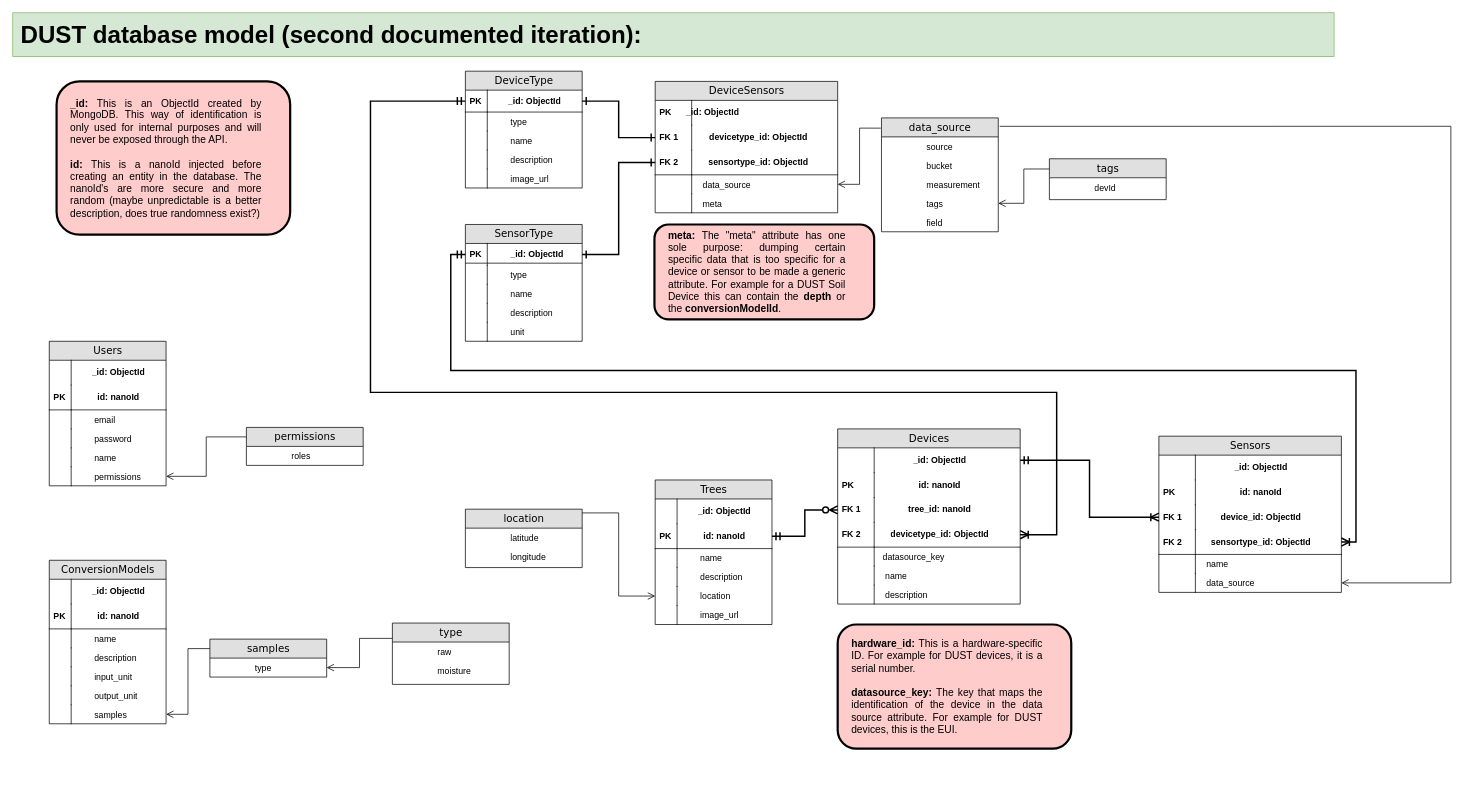
Before: backend/img/backend-datamodel.drawio in vives-dust/framework, a draw.io diagram. Source tidied: cells renumbered, new cells numbered last; positions are measured from the earlier drawing's top-left corner, leaving out a move shared by most shapes. Both pictures are drawn from the tidied source at 73%, with x=0, y=0 at pixel (12, 12).
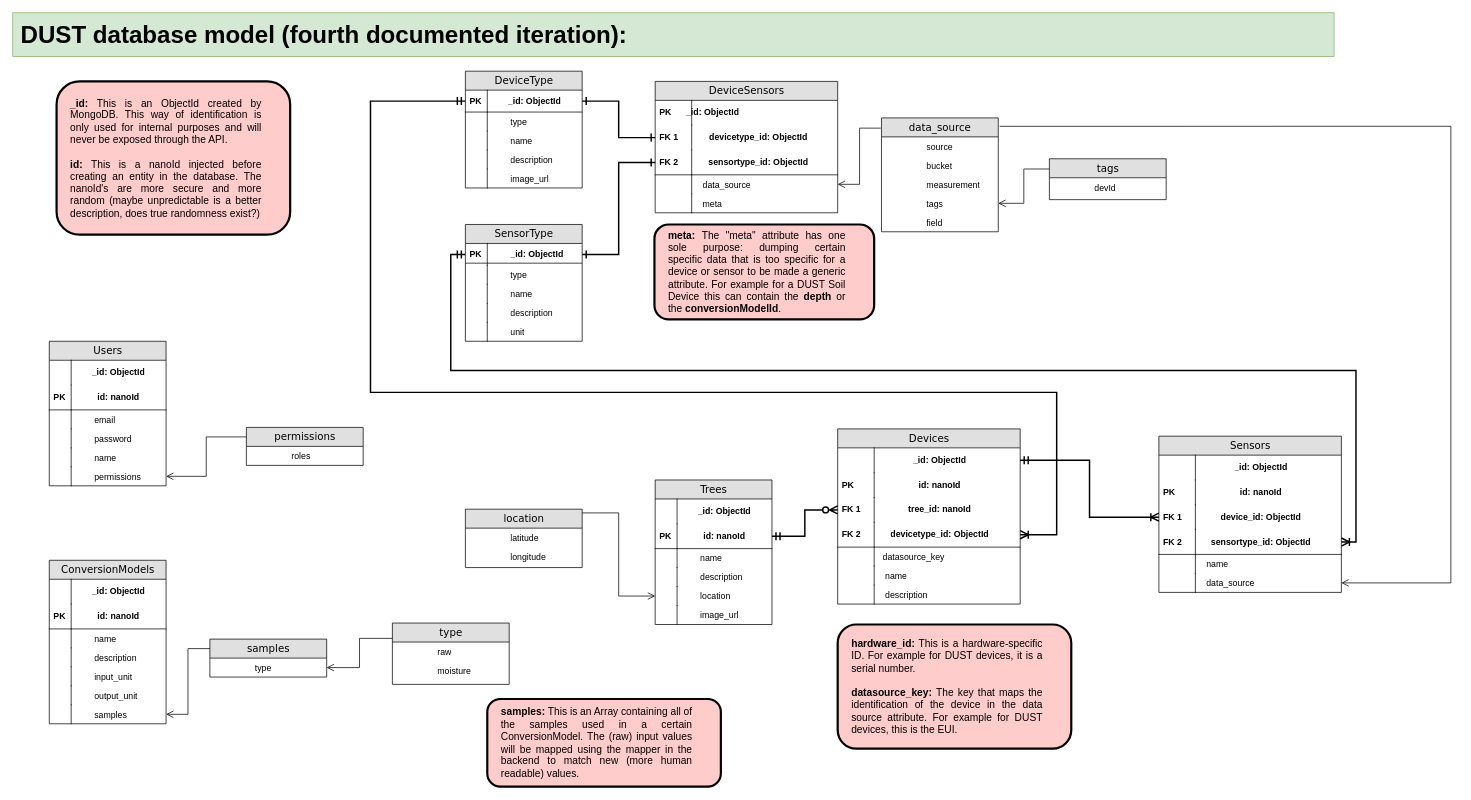
The same diagram, later.

The edit, as a diff of the source:
```diff
@@
-    <mxCell id="42" value="&lt;font style=&quot;font-size: 33px;&quot;&gt;&lt;span style=&quot;font-size: 33px;&quot;&gt;&lt;span style=&quot;white-space: pre; font-size: 33px;&quot;&gt; &lt;/span&gt;DUST database model (second documented iteration):&lt;/span&gt;&lt;/font&gt;" style="rounded=0;whiteSpace=wrap;html=1;fillColor=#d5e8d4;strokeColor=#82b366;align=left;fontStyle=1;fontSize=33;" parent="1" vertex="1">
+    <mxCell id="42" value="&lt;font style=&quot;font-size: 33px;&quot;&gt;&lt;span style=&quot;font-size: 33px;&quot;&gt;&lt;span style=&quot;white-space: pre; font-size: 33px;&quot;&gt; &lt;/span&gt;DUST database model (fourth documented iteration):&lt;/span&gt;&lt;/font&gt;" style="rounded=0;whiteSpace=wrap;html=1;fillColor=#d5e8d4;strokeColor=#82b366;align=left;fontStyle=1;fontSize=33;" parent="1" vertex="1">
       <mxGeometry width="1810" height="60" as="geometry" />
     </mxCell>
@@
+    <mxCell id="140" value="&lt;div style=&quot;text-align: justify; font-size: 14px;&quot;&gt;&lt;span style=&quot;background-color: initial; font-size: 14px;&quot;&gt;&lt;font style=&quot;font-size: 14px;&quot;&gt;&lt;b style=&quot;font-size: 14px;&quot;&gt;samples:&lt;/b&gt; This is an Array containing all of the samples used in a certain ConversionModel. The (raw) input values will be mapped using the mapper in the backend to match new (more human readable) values.&amp;nbsp;&lt;/font&gt;&lt;/span&gt;&lt;/div&gt;" style="rounded=1;shadow=0;glass=0;sketch=0;strokeColor=default;strokeWidth=3;fontSize=14;fillColor=#ffcccc;rotation=0;align=center;overflow=visible;labelPadding=0;perimeter=rectanglePerimeter;imageAspect=1;imageAlign=left;imageHeight=24;spacingRight=20;spacing=20;labelPosition=center;verticalLabelPosition=middle;verticalAlign=middle;whiteSpace=wrap;html=1;" parent="1" vertex="1">
+      <mxGeometry x="650" y="940" width="320" height="120" as="geometry" />
+    </mxCell>
```
